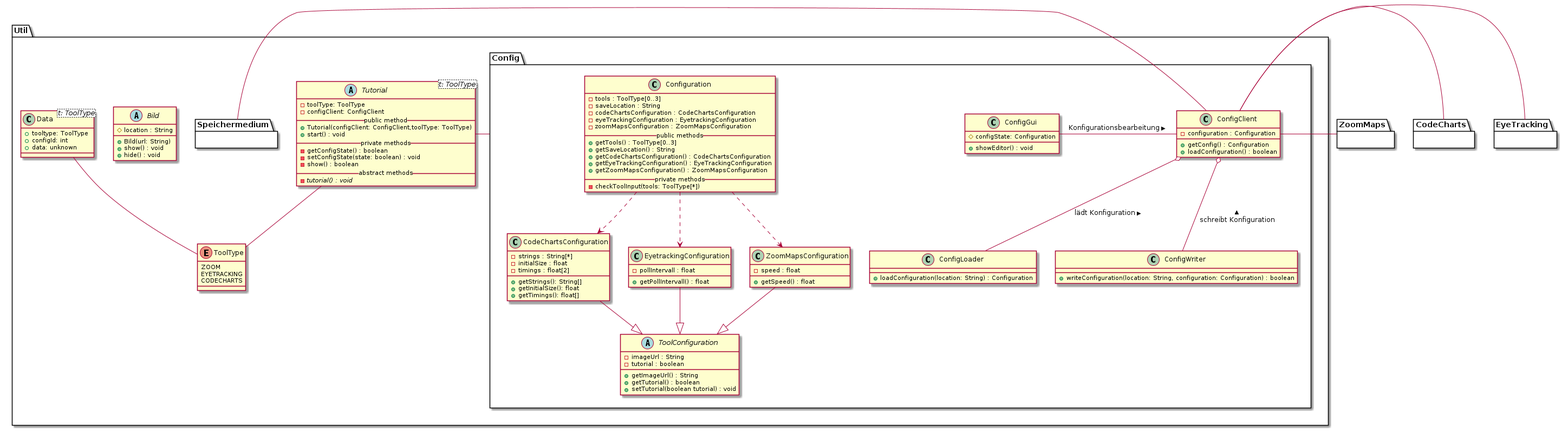
Before: uml-class/util/util.png, a diagram exported from PlantUML (weichware-10/dokumente).
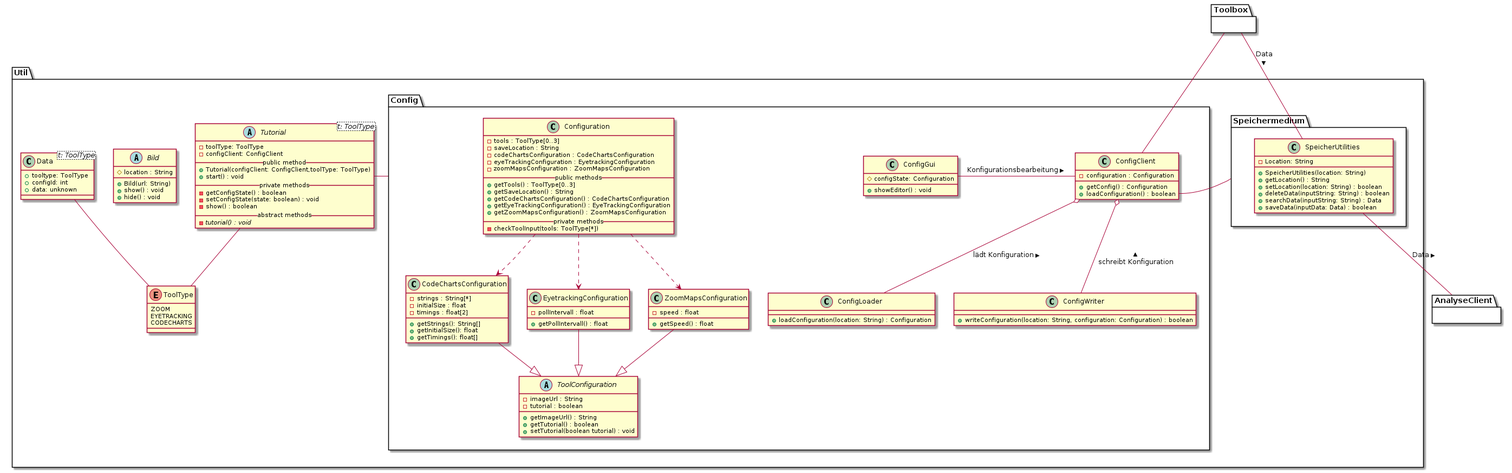
The same file after the commit.

Commit message:
rendered PNGs

What changed in the source:
```diff
@@ -1,8 +1,7 @@
 @startuml util
 
-package ZoomMaps {}
-package CodeCharts {}
-package EyeTracking {}
+package Toolbox {}
+package AnalyseClient {}
 
 package Util {
     abstract Tutorial<t: ToolType> {
@@ -110,7 +109,18 @@
         EyetrackingConfiguration --|> ToolConfiguration
     }
 
-    package Speichermedium {}
+    package Speichermedium {
+        class SpeicherUtilities {
+            - Location: String
+            + SpeicherUtilities(location: String)
+            + getLocation() : String
+            + setLocation(location: String) : boolean
+            + deleteData(inputString: String) : boolean
+            + searchData(inputString: String) : Data
+            + saveData(inputData: Data) : boolean
+        }
+
+    }
 
     Tutorial -- ToolType
     Data -- ToolType
@@ -118,8 +128,8 @@
     ConfigClient -r- Speichermedium
 
 }
-ConfigClient -r- ZoomMaps
-ConfigClient -r- CodeCharts
-ConfigClient -r- EyeTracking
+ConfigClient -u- Toolbox
+SpeicherUtilities -- Toolbox : < Data
+SpeicherUtilities -- AnalyseClient : > Data
 
 @enduml
```
